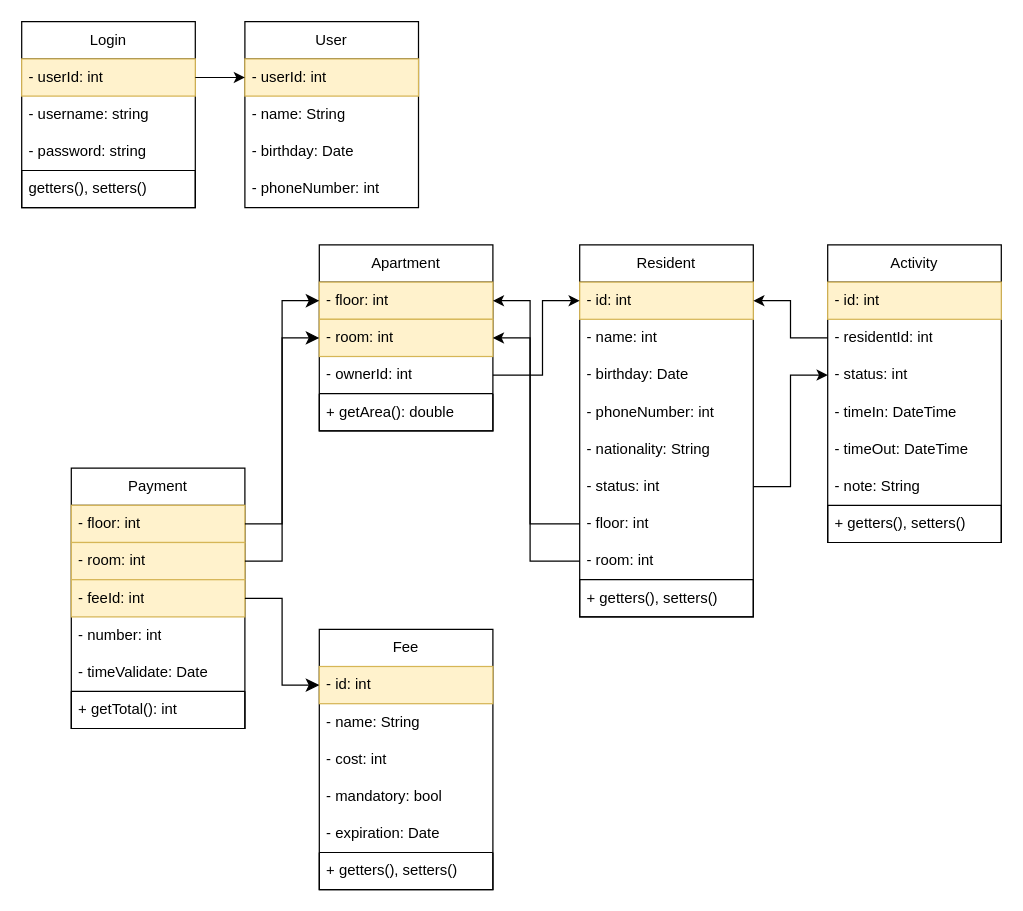
This is sqlChart.drawio from liguang612/ApartmentManagement, a draw.io file, before an edit. Source tidied: cells renumbered, new cells numbered last; positions are measured from the earlier drawing's top-left corner, leaving out a move shared by most shapes. Both pictures are drawn from the tidied source at 124%, with x=0, y=0 at pixel (21, 21).
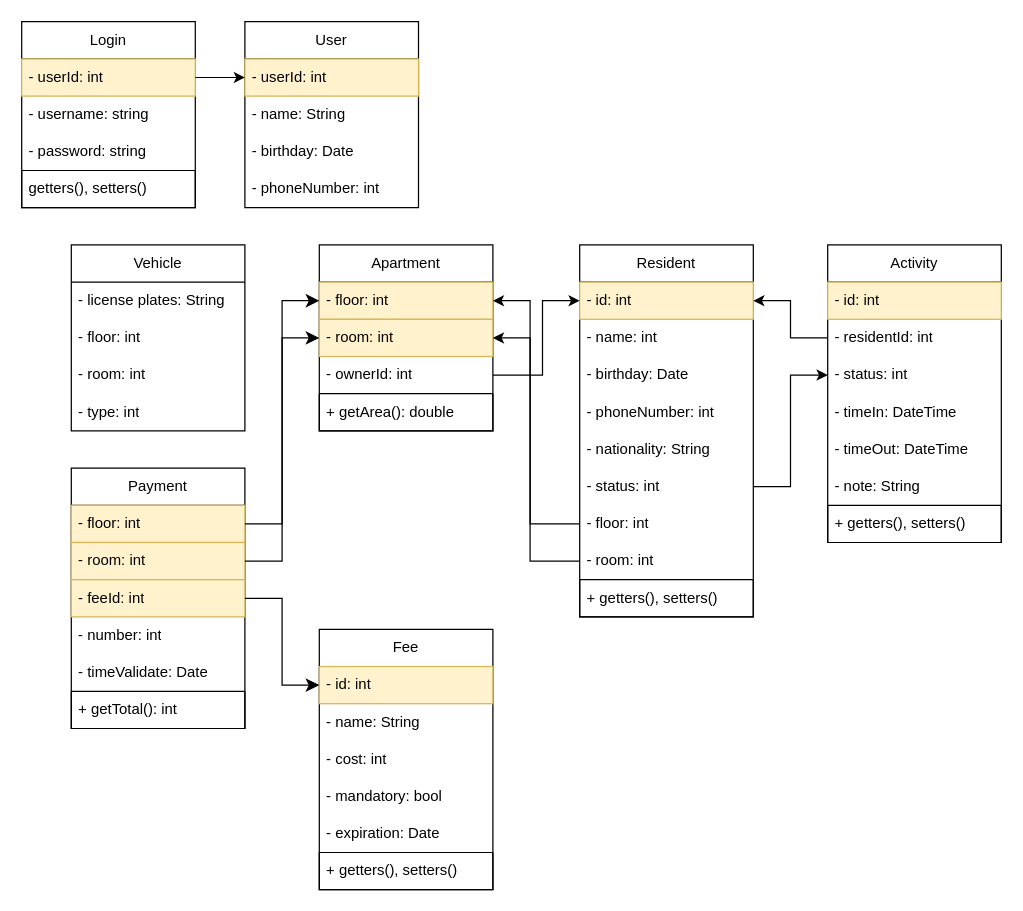
The same page after the edit.

What changed in the source:
```diff
@@
+    <mxCell id="64" value="Vehicle" style="swimlane;fontStyle=0;horizontal=1;startSize=30;whiteSpace=wrap;html=1;" parent="1" vertex="1">
+      <mxGeometry x="40" y="180" width="140" height="150" as="geometry" />
+    </mxCell>
+    <mxCell id="65" value="- license plates: String" style="text;strokeColor=none;fillColor=none;align=left;verticalAlign=middle;spacingLeft=4;spacingRight=4;overflow=hidden;whiteSpace=wrap;html=1;" parent="64" vertex="1">
+      <mxGeometry y="30" width="140" height="30" as="geometry" />
+    </mxCell>
+    <mxCell id="66" value="- floor: int" style="text;strokeColor=none;fillColor=none;align=left;verticalAlign=middle;spacingLeft=4;spacingRight=4;overflow=hidden;whiteSpace=wrap;html=1;" parent="64" vertex="1">
+      <mxGeometry y="60" width="140" height="30" as="geometry" />
+    </mxCell>
+    <mxCell id="67" value="- room: int" style="text;strokeColor=none;fillColor=none;align=left;verticalAlign=middle;spacingLeft=4;spacingRight=4;overflow=hidden;whiteSpace=wrap;html=1;" parent="64" vertex="1">
+      <mxGeometry y="90" width="140" height="30" as="geometry" />
+    </mxCell>
+    <mxCell id="68" value="- type: int" style="text;strokeColor=none;fillColor=none;align=left;verticalAlign=middle;spacingLeft=4;spacingRight=4;overflow=hidden;whiteSpace=wrap;html=1;" parent="64" vertex="1">
+      <mxGeometry y="120" width="140" height="30" as="geometry" />
+    </mxCell>
```
